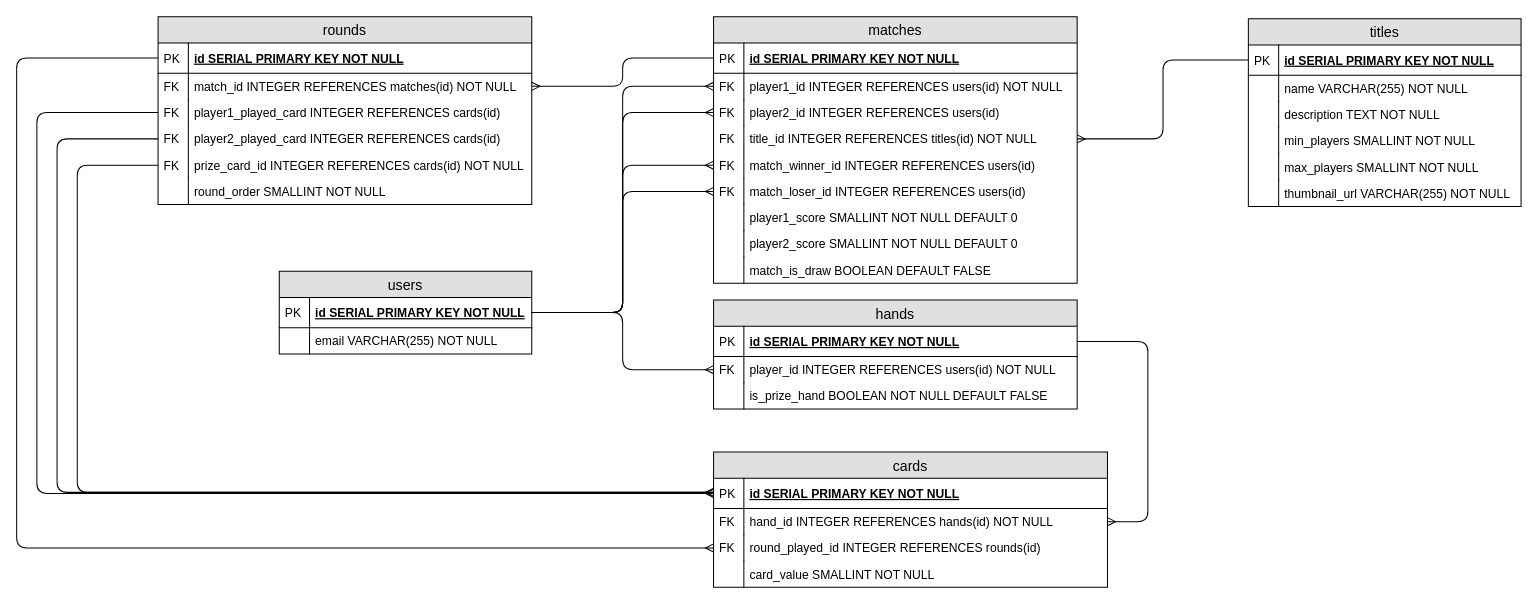
Earlier version of the draw.io diagram docs/Goofspiel ERD.drawio (WillGWong/goofspiel). Source tidied: cells renumbered, new cells numbered last; positions are measured from the earlier drawing's top-left corner, leaving out a move shared by most shapes. Both pictures are drawn from the tidied source at 101%, with x=0, y=0 at pixel (16, 16).
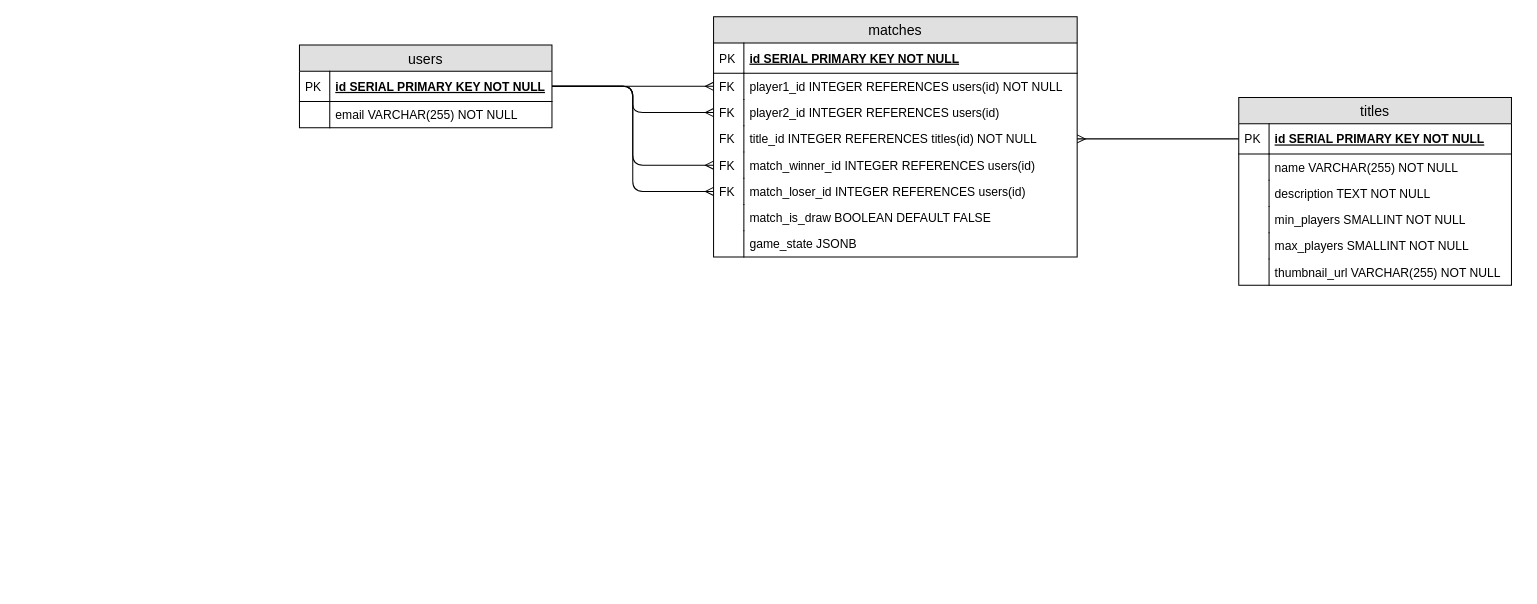
After the change.

Commit message:
simplified ERD to store game state in object instead

The change refers to these unchanged cells:
```xml
<mxCell id="3" value="id SERIAL PRIMARY KEY NOT NULL" style="shape=partialRectangle;top=0;left=0;right=0;bottom=1;align=left;verticalAlign=middle;fillColor=none;spacingLeft=34;spacingRight=4;overflow=hidden;points=[[0,0.5],[1,0.5]];portConstraint=eastwest;fontStyle=5;fontSize=12;" parent="2" vertex="1">
  <mxGeometry y="26" width="250" height="30" as="geometry" />
</mxCell>
<mxCell id="8" value="id SERIAL PRIMARY KEY NOT NULL" style="shape=partialRectangle;top=0;left=0;right=0;bottom=1;align=left;verticalAlign=middle;fillColor=none;spacingLeft=34;spacingRight=4;overflow=hidden;points=[[0,0.5],[1,0.5]];portConstraint=eastwest;fontStyle=5;fontSize=12;" parent="7" vertex="1">
  <mxGeometry y="26" width="360" height="30" as="geometry" />
</mxCell>
```

Diff of the diagram source:
```diff
@@
     <mxCell id="2" value="users" style="swimlane;fontStyle=0;horizontal=1;startSize=26;fillColor=#e0e0e0;swimlaneFillColor=#ffffff;align=center;fontSize=14;" parent="1" vertex="1">
-      <mxGeometry x="260" y="252" width="250" height="82" as="geometry" />
+      <mxGeometry x="280" y="28" width="250" height="82" as="geometry" />
     </mxCell>
@@
     <mxCell id="7" value="matches" style="swimlane;fontStyle=0;horizontal=1;startSize=26;fillColor=#e0e0e0;swimlaneFillColor=#ffffff;align=center;fontSize=14;" parent="1" vertex="1">
-      <mxGeometry x="690" width="360" height="264" as="geometry" />
+      <mxGeometry x="690" width="360" height="238" as="geometry" />
     </mxCell>
@@
-    <mxCell id="20" value="player1_score SMALLINT NOT NULL DEFAULT 0" style="shape=partialRectangle;top=0;left=0;right=0;bottom=0;align=left;verticalAlign=top;fillColor=none;spacingLeft=34;spacingRight=4;overflow=hidden;fontSize=12;" parent="7" vertex="1">
-      <mxGeometry y="186" width="360" height="26" as="geometry" />
-    </mxCell>
-    <mxCell id="21" style="shape=partialRectangle;top=0;left=0;bottom=0;fillColor=none;align=left;verticalAlign=top;spacingLeft=4;spacingRight=4;overflow=hidden;fontSize=12;" parent="20" vertex="1">
-      <mxGeometry width="30" height="26" as="geometry" />
-    </mxCell>
-    <mxCell id="22" value="player2_score SMALLINT NOT NULL DEFAULT 0" style="shape=partialRectangle;top=0;left=0;right=0;bottom=0;align=left;verticalAlign=top;fillColor=none;spacingLeft=34;spacingRight=4;overflow=hidden;fontSize=12;" parent="7" vertex="1">
-      <mxGeometry y="212" width="360" height="26" as="geometry" />
-    </mxCell>
-    <mxCell id="23" style="shape=partialRectangle;top=0;left=0;bottom=0;fillColor=none;align=left;verticalAlign=top;spacingLeft=4;spacingRight=4;overflow=hidden;fontSize=12;" parent="22" vertex="1">
-      <mxGeometry width="30" height="26" as="geometry" />
-    </mxCell>
     <mxCell id="24" value="match_is_draw BOOLEAN DEFAULT FALSE" style="shape=partialRectangle;top=0;left=0;right=0;bottom=0;align=left;verticalAlign=top;fillColor=none;spacingLeft=34;spacingRight=4;overflow=hidden;fontSize=12;" parent="7" vertex="1">
-      <mxGeometry y="238" width="360" height="26" as="geometry" />
+      <mxGeometry y="186" width="360" height="26" as="geometry" />
     </mxCell>
@@
+    <mxCell id="80" value="game_state JSONB" style="shape=partialRectangle;top=0;left=0;right=0;bottom=0;align=left;verticalAlign=top;fillColor=none;spacingLeft=34;spacingRight=4;overflow=hidden;fontSize=12;" parent="7" vertex="1">
+      <mxGeometry y="212" width="360" height="26" as="geometry" />
+    </mxCell>
+    <mxCell id="81" style="shape=partialRectangle;top=0;left=0;bottom=0;fillColor=none;align=left;verticalAlign=top;spacingLeft=4;spacingRight=4;overflow=hidden;fontSize=12;" parent="80" vertex="1">
+      <mxGeometry width="30" height="26" as="geometry" />
+    </mxCell>
     <mxCell id="26" value="titles" style="swimlane;fontStyle=0;horizontal=1;startSize=26;fillColor=#e0e0e0;swimlaneFillColor=#ffffff;align=center;fontSize=14;" parent="1" vertex="1">
-      <mxGeometry x="1219.5" y="2" width="270" height="186" as="geometry" />
+      <mxGeometry x="1210" y="80" width="270" height="186" as="geometry" />
     </mxCell>
@@
-    <mxCell id="40" value="rounds" style="swimlane;fontStyle=0;horizontal=1;startSize=26;fillColor=#e0e0e0;swimlaneFillColor=#ffffff;align=center;fontSize=14;" parent="1" vertex="1">
-      <mxGeometry x="140" width="370" height="186" as="geometry" />
-    </mxCell>
-    <mxCell id="41" value="id SERIAL PRIMARY KEY NOT NULL" style="shape=partialRectangle;top=0;left=0;right=0;bottom=1;align=left;verticalAlign=middle;fillColor=none;spacingLeft=34;spacingRight=4;overflow=hidden;points=[[0,0.5],[1,0.5]];portConstraint=eastwest;fontStyle=5;fontSize=12;" parent="40" vertex="1">
-      <mxGeometry y="26" width="370" height="30" as="geometry" />
-    </mxCell>
-    <mxCell id="42" value="PK" style="shape=partialRectangle;top=0;left=0;bottom=0;fillColor=none;align=left;verticalAlign=middle;spacingLeft=4;spacingRight=4;overflow=hidden;fontSize=12;" parent="41" vertex="1">
-      <mxGeometry width="30" height="30" as="geometry" />
-    </mxCell>
-    <mxCell id="43" value="match_id INTEGER REFERENCES matches(id) NOT NULL" style="shape=partialRectangle;top=0;left=0;right=0;bottom=0;align=left;verticalAlign=top;fillColor=none;spacingLeft=34;spacingRight=4;overflow=hidden;points=[[0,0.5],[1,0.5]];portConstraint=eastwest;fontSize=12;" parent="40" vertex="1">
-      <mxGeometry y="56" width="370" height="26" as="geometry" />
-    </mxCell>
-    <mxCell id="44" value="FK" style="shape=partialRectangle;top=0;left=0;bottom=0;fillColor=none;align=left;verticalAlign=top;spacingLeft=4;spacingRight=4;overflow=hidden;fontSize=12;" parent="43" vertex="1">
-      <mxGeometry width="30" height="26" as="geometry" />
-    </mxCell>
-    <mxCell id="45" value="player1_played_card INTEGER REFERENCES cards(id)" style="shape=partialRectangle;top=0;left=0;right=0;bottom=0;align=left;verticalAlign=top;fillColor=none;spacingLeft=34;spacingRight=4;overflow=hidden;points=[[0,0.5],[1,0.5]];portConstraint=eastwest;fontSize=12;" parent="40" vertex="1">
-      <mxGeometry y="82" width="370" height="26" as="geometry" />
-    </mxCell>
-    <mxCell id="46" value="FK" style="shape=partialRectangle;top=0;left=0;bottom=0;fillColor=none;align=left;verticalAlign=top;spacingLeft=4;spacingRight=4;overflow=hidden;fontSize=12;" parent="45" vertex="1">
-      <mxGeometry width="30" height="26" as="geometry" />
-    </mxCell>
-    <mxCell id="47" value="player2_played_card INTEGER REFERENCES cards(id)" style="shape=partialRectangle;top=0;left=0;right=0;bottom=0;align=left;verticalAlign=top;fillColor=none;spacingLeft=34;spacingRight=4;overflow=hidden;points=[[0,0.5],[1,0.5]];portConstraint=eastwest;fontSize=12;" parent="40" vertex="1">
-      <mxGeometry y="108" width="370" height="26" as="geometry" />
-    </mxCell>
-    <mxCell id="48" value="FK" style="shape=partialRectangle;top=0;left=0;bottom=0;fillColor=none;align=left;verticalAlign=top;spacingLeft=4;spacingRight=4;overflow=hidden;fontSize=12;" parent="47" vertex="1">
-      <mxGeometry width="30" height="26" as="geometry" />
-    </mxCell>
-    <mxCell id="49" value="prize_card_id INTEGER REFERENCES cards(id) NOT NULL&#10;" style="shape=partialRectangle;top=0;left=0;right=0;bottom=0;align=left;verticalAlign=top;fillColor=none;spacingLeft=34;spacingRight=4;overflow=hidden;points=[[0,0.5],[1,0.5]];portConstraint=eastwest;fontSize=12;" parent="40" vertex="1">
-      <mxGeometry y="134" width="370" height="26" as="geometry" />
-    </mxCell>
-    <mxCell id="50" value="FK" style="shape=partialRectangle;top=0;left=0;bottom=0;fillColor=none;align=left;verticalAlign=top;spacingLeft=4;spacingRight=4;overflow=hidden;fontSize=12;" parent="49" vertex="1">
-      <mxGeometry width="30" height="26" as="geometry" />
-    </mxCell>
-    <mxCell id="51" value="round_order SMALLINT NOT NULL" style="shape=partialRectangle;top=0;left=0;right=0;bottom=0;align=left;verticalAlign=top;fillColor=none;spacingLeft=34;spacingRight=4;overflow=hidden;fontSize=12;" parent="40" vertex="1">
-      <mxGeometry y="160" width="370" height="26" as="geometry" />
-    </mxCell>
-    <mxCell id="52" style="shape=partialRectangle;top=0;left=0;bottom=0;fillColor=none;align=left;verticalAlign=top;spacingLeft=4;spacingRight=4;overflow=hidden;fontSize=12;" parent="51" vertex="1">
-      <mxGeometry width="30" height="26" as="geometry" />
-    </mxCell>
-    <mxCell id="53" value="cards" style="swimlane;fontStyle=0;horizontal=1;startSize=26;fillColor=#e0e0e0;swimlaneFillColor=#ffffff;align=center;fontSize=14;" parent="1" vertex="1">
-      <mxGeometry x="690" y="431" width="390" height="134" as="geometry" />
-    </mxCell>
-    <mxCell id="54" value="id SERIAL PRIMARY KEY NOT NULL" style="shape=partialRectangle;top=0;left=0;right=0;bottom=1;align=left;verticalAlign=middle;fillColor=none;spacingLeft=34;spacingRight=4;overflow=hidden;points=[[0,0.5],[1,0.5]];portConstraint=eastwest;fontStyle=5;fontSize=12;" parent="53" vertex="1">
-      <mxGeometry y="26" width="390" height="30" as="geometry" />
-    </mxCell>
-    <mxCell id="55" value="PK" style="shape=partialRectangle;top=0;left=0;bottom=0;fillColor=none;align=left;verticalAlign=middle;spacingLeft=4;spacingRight=4;overflow=hidden;fontSize=12;" parent="54" vertex="1">
-      <mxGeometry width="30" height="30" as="geometry" />
-    </mxCell>
-    <mxCell id="56" value="hand_id INTEGER REFERENCES hands(id) NOT NULL" style="shape=partialRectangle;top=0;left=0;right=0;bottom=0;align=left;verticalAlign=top;fillColor=none;spacingLeft=34;spacingRight=4;overflow=hidden;points=[[0,0.5],[1,0.5]];portConstraint=eastwest;fontSize=12;" parent="53" vertex="1">
-      <mxGeometry y="56" width="390" height="26" as="geometry" />
-    </mxCell>
-    <mxCell id="57" value="FK" style="shape=partialRectangle;top=0;left=0;bottom=0;fillColor=none;align=left;verticalAlign=top;spacingLeft=4;spacingRight=4;overflow=hidden;fontSize=12;" parent="56" vertex="1">
-      <mxGeometry width="30" height="26" as="geometry" />
-    </mxCell>
-    <mxCell id="58" value="round_played_id INTEGER REFERENCES rounds(id)" style="shape=partialRectangle;top=0;left=0;right=0;bottom=0;align=left;verticalAlign=top;fillColor=none;spacingLeft=34;spacingRight=4;overflow=hidden;points=[[0,0.5],[1,0.5]];portConstraint=eastwest;fontSize=12;" parent="53" vertex="1">
-      <mxGeometry y="82" width="390" height="26" as="geometry" />
-    </mxCell>
-    <mxCell id="59" value="FK" style="shape=partialRectangle;top=0;left=0;bottom=0;fillColor=none;align=left;verticalAlign=top;spacingLeft=4;spacingRight=4;overflow=hidden;fontSize=12;" parent="58" vertex="1">
-      <mxGeometry width="30" height="26" as="geometry" />
-    </mxCell>
-    <mxCell id="60" value="card_value SMALLINT NOT NULL" style="shape=partialRectangle;top=0;left=0;right=0;bottom=0;align=left;verticalAlign=top;fillColor=none;spacingLeft=34;spacingRight=4;overflow=hidden;fontSize=12;" parent="53" vertex="1">
-      <mxGeometry y="108" width="390" height="26" as="geometry" />
-    </mxCell>
-    <mxCell id="61" style="shape=partialRectangle;top=0;left=0;bottom=0;fillColor=none;align=left;verticalAlign=top;spacingLeft=4;spacingRight=4;overflow=hidden;fontSize=12;" parent="60" vertex="1">
-      <mxGeometry width="30" height="26" as="geometry" />
-    </mxCell>
-    <mxCell id="62" value="hands" style="swimlane;fontStyle=0;horizontal=1;startSize=26;fillColor=#e0e0e0;swimlaneFillColor=#ffffff;align=center;fontSize=14;" parent="1" vertex="1">
-      <mxGeometry x="690" y="280.5" width="360" height="108" as="geometry" />
-    </mxCell>
-    <mxCell id="63" value="id SERIAL PRIMARY KEY NOT NULL" style="shape=partialRectangle;top=0;left=0;right=0;bottom=1;align=left;verticalAlign=middle;fillColor=none;spacingLeft=34;spacingRight=4;overflow=hidden;points=[[0,0.5],[1,0.5]];portConstraint=eastwest;fontStyle=5;fontSize=12;" parent="62" vertex="1">
-      <mxGeometry y="26" width="360" height="30" as="geometry" />
-    </mxCell>
-    <mxCell id="64" value="PK" style="shape=partialRectangle;top=0;left=0;bottom=0;fillColor=none;align=left;verticalAlign=middle;spacingLeft=4;spacingRight=4;overflow=hidden;fontSize=12;" parent="63" vertex="1">
-      <mxGeometry width="30" height="30" as="geometry" />
-    </mxCell>
-    <mxCell id="65" value="player_id INTEGER REFERENCES users(id) NOT NULL" style="shape=partialRectangle;top=0;left=0;right=0;bottom=0;align=left;verticalAlign=top;fillColor=none;spacingLeft=34;spacingRight=4;overflow=hidden;points=[[0,0.5],[1,0.5]];portConstraint=eastwest;fontSize=12;" parent="62" vertex="1">
-      <mxGeometry y="56" width="360" height="26" as="geometry" />
-    </mxCell>
-    <mxCell id="66" value="FK" style="shape=partialRectangle;top=0;left=0;bottom=0;fillColor=none;align=left;verticalAlign=top;spacingLeft=4;spacingRight=4;overflow=hidden;fontSize=12;" parent="65" vertex="1">
-      <mxGeometry width="30" height="26" as="geometry" />
-    </mxCell>
-    <mxCell id="67" value="is_prize_hand BOOLEAN NOT NULL DEFAULT FALSE" style="shape=partialRectangle;top=0;left=0;right=0;bottom=0;align=left;verticalAlign=top;fillColor=none;spacingLeft=34;spacingRight=4;overflow=hidden;fontSize=12;" parent="62" vertex="1">
-      <mxGeometry y="82" width="360" height="26" as="geometry" />
-    </mxCell>
-    <mxCell id="68" style="shape=partialRectangle;top=0;left=0;bottom=0;fillColor=none;align=left;verticalAlign=top;spacingLeft=4;spacingRight=4;overflow=hidden;fontSize=12;" parent="67" vertex="1">
-      <mxGeometry width="30" height="26" as="geometry" />
-    </mxCell>
-    <mxCell id="69" style="edgeStyle=elbowEdgeStyle;fontSize=12;html=1;endArrow=ERmany;entryX=1;entryY=0.5;entryDx=0;entryDy=0;exitX=0;exitY=0.5;exitDx=0;exitDy=0;" parent="1" edge="1" source="8" target="43">
-      <mxGeometry relative="1" as="geometry" />
-    </mxCell>
@@
-    <mxCell id="72" style="edgeStyle=elbowEdgeStyle;fontSize=12;html=1;endArrow=ERmany;entryX=0;entryY=0.5;entryDx=0;entryDy=0;exitX=1;exitY=0.5;exitDx=0;exitDy=0;" parent="1" edge="1" source="3" target="65">
-      <mxGeometry relative="1" as="geometry" />
-    </mxCell>
-    <mxCell id="73" style="edgeStyle=elbowEdgeStyle;fontSize=12;html=1;endArrow=ERmany;exitX=1;exitY=0.5;exitDx=0;exitDy=0;entryX=1;entryY=0.5;entryDx=0;entryDy=0;" parent="1" edge="1" source="63" target="56">
-      <mxGeometry relative="1" as="geometry">
-        <Array as="points">
-          <mxPoint x="1120" y="411" />
-        </Array>
-      </mxGeometry>
-    </mxCell>
-    <mxCell id="74" style="edgeStyle=elbowEdgeStyle;fontSize=12;html=1;endArrow=ERmany;entryX=0;entryY=0.5;entryDx=0;entryDy=0;exitX=0;exitY=0.5;exitDx=0;exitDy=0;" parent="1" edge="1" source="41" target="58">
-      <mxGeometry relative="1" as="geometry">
-        <Array as="points">
-          <mxPoint y="281" />
-        </Array>
-      </mxGeometry>
-    </mxCell>
-    <mxCell id="75" style="edgeStyle=elbowEdgeStyle;fontSize=12;html=1;endArrow=ERmany;entryX=0;entryY=0.5;entryDx=0;entryDy=0;exitX=0;exitY=0.5;exitDx=0;exitDy=0;" parent="1" edge="1" source="45" target="54">
-      <mxGeometry relative="1" as="geometry">
-        <Array as="points">
-          <mxPoint x="20" y="281" />
-        </Array>
-      </mxGeometry>
-    </mxCell>
-    <mxCell id="76" style="edgeStyle=elbowEdgeStyle;fontSize=12;html=1;endArrow=ERmany;exitX=0;exitY=0.5;exitDx=0;exitDy=0;" parent="1" edge="1" source="47">
-      <mxGeometry relative="1" as="geometry">
-        <mxPoint x="690" y="471" as="targetPoint" />
-        <Array as="points">
-          <mxPoint x="40" y="291" />
-        </Array>
-      </mxGeometry>
-    </mxCell>
-    <mxCell id="77" style="edgeStyle=elbowEdgeStyle;fontSize=12;html=1;endArrow=ERmany;exitX=0;exitY=0.5;exitDx=0;exitDy=0;" parent="1" edge="1" source="49">
-      <mxGeometry relative="1" as="geometry">
-        <mxPoint x="690" y="471" as="targetPoint" />
-        <Array as="points">
-          <mxPoint x="60" y="311" />
-        </Array>
-      </mxGeometry>
-    </mxCell>
```
